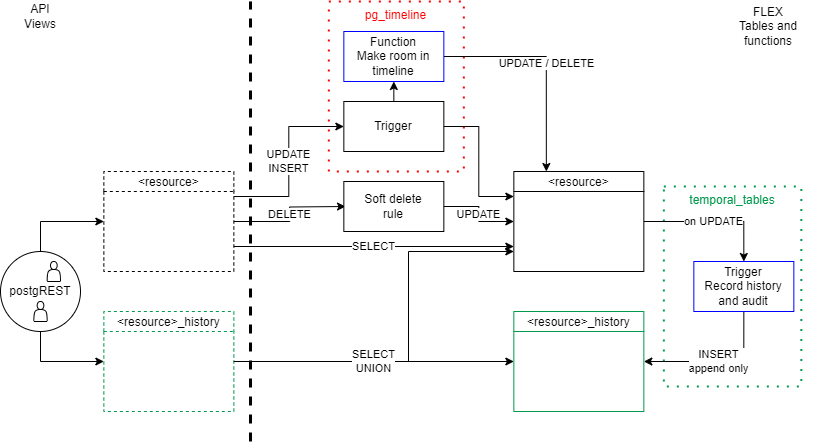
Earlier version of the draw.io export docs-dev/diagrams/bi-temporal-db.drawio.png (elhub/flex-information-system). Source tidied: cells renumbered, new cells last; positions are measured from the earlier drawing's top-left corner, leaving out a move shared by most shapes. The source it was exported from:
```xml
<mxGraphModel>
  <root>
    <mxCell id="0" />
    <mxCell id="1" parent="0" />
    <mxCell id="2" value="temporal_tables" style="html=1;dashed=1;whiteSpace=wrap;fillColor=none;dashPattern=1 4;strokeColor=#00994D;verticalAlign=top;strokeWidth=2;fontColor=#00994D;" parent="1" vertex="1">
      <mxGeometry x="663.3" y="185" width="137.5" height="200" as="geometry" />
    </mxCell>
    <mxCell id="3" value="pg_timeline" style="html=1;dashed=1;whiteSpace=wrap;fillColor=none;dashPattern=1 4;strokeColor=#ff0000;verticalAlign=top;strokeWidth=2;fontColor=#ff0000;" parent="1" vertex="1">
      <mxGeometry x="328.3" width="135" height="170" as="geometry" />
    </mxCell>
    <mxCell id="4" value="DELETE" style="edgeStyle=orthogonalEdgeStyle;rounded=0;jettySize=auto;html=1;exitX=1;exitY=0.5;exitDx=0;exitDy=0;" parent="1" edge="1" source="6">
      <mxGeometry relative="1" as="geometry">
        <mxPoint x="345" y="205" as="targetPoint" />
      </mxGeometry>
    </mxCell>
    <mxCell id="5" value="UPDATE&lt;div&gt;INSERT&lt;/div&gt;" style="edgeStyle=orthogonalEdgeStyle;rounded=0;jettySize=auto;html=1;exitX=1;exitY=0.25;exitDx=0;exitDy=0;entryX=0;entryY=0.5;entryDx=0;entryDy=0;" parent="1" edge="1" source="6" target="16">
      <mxGeometry relative="1" as="geometry" />
    </mxCell>
    <mxCell id="6" value="&lt;resource&gt;" style="swimlane;fontStyle=0;horizontal=1;startSize=20;fillColor=#ffffff;swimlaneFillColor=#ffffff;dashed=1;" parent="1" vertex="1">
      <mxGeometry x="103.3" y="170" width="130" height="100" as="geometry" />
    </mxCell>
    <mxCell id="7" value="&lt;resource&gt;_history" style="swimlane;fontStyle=0;horizontal=1;startSize=20;fillColor=#ffffff;swimlaneFillColor=#ffffff;dashed=1;strokeColor=#00994D;" parent="1" vertex="1">
      <mxGeometry x="103.3" y="310" width="130" height="100" as="geometry" />
    </mxCell>
    <mxCell id="8" style="edgeStyle=orthogonalEdgeStyle;rounded=0;jettySize=auto;html=1;entryX=1;entryY=0.5;entryDx=0;entryDy=0;exitX=1;exitY=0.5;exitDx=0;exitDy=0;" parent="1" edge="1" source="7">
      <mxGeometry relative="1" as="geometry">
        <mxPoint x="513.3" y="250" as="targetPoint" />
        <Array as="points">
          <mxPoint x="408" y="360" />
          <mxPoint x="408" y="250" />
        </Array>
      </mxGeometry>
    </mxCell>
    <mxCell id="9" value="SELECT" style="edgeStyle=orthogonalEdgeStyle;rounded=0;jettySize=auto;html=1;exitX=1;exitY=0.75;exitDx=0;exitDy=0;entryX=0;entryY=0.75;entryDx=0;entryDy=0;" parent="1" edge="1" source="6" target="11">
      <mxGeometry relative="1" as="geometry" />
    </mxCell>
    <mxCell id="10" value="on UPDATE" style="edgeStyle=orthogonalEdgeStyle;rounded=0;jettySize=auto;html=1;exitX=1;exitY=0.5;exitDx=0;exitDy=0;entryX=0.5;entryY=0;entryDx=0;entryDy=0;" parent="1" edge="1" source="11" target="18">
      <mxGeometry relative="1" as="geometry" />
    </mxCell>
    <mxCell id="11" value="&lt;resource&gt;" style="swimlane;fontStyle=0;horizontal=1;startSize=20;fillColor=#ffffff;swimlaneFillColor=#ffffff;" parent="1" vertex="1">
      <mxGeometry x="513.3" y="170" width="130" height="100" as="geometry" />
    </mxCell>
    <mxCell id="12" value="SELECT&lt;div&gt;UNION&lt;/div&gt;" style="edgeStyle=orthogonalEdgeStyle;rounded=0;jettySize=auto;html=1;exitX=1;exitY=0.5;exitDx=0;exitDy=0;entryX=0;entryY=0.5;entryDx=0;entryDy=0;" parent="1" edge="1" source="7" target="13">
      <mxGeometry relative="1" as="geometry" />
    </mxCell>
    <mxCell id="13" value="&lt;resource&gt;_history" style="swimlane;fontStyle=0;horizontal=1;startSize=20;fillColor=#ffffff;swimlaneFillColor=#ffffff;strokeColor=#00994D;" parent="1" vertex="1">
      <mxGeometry x="513.3" y="310" width="130" height="100" as="geometry" />
    </mxCell>
    <mxCell id="14" style="edgeStyle=orthogonalEdgeStyle;rounded=0;jettySize=auto;html=1;exitX=1;exitY=0.5;exitDx=0;exitDy=0;entryX=0;entryY=0.25;entryDx=0;entryDy=0;" parent="1" edge="1" source="16" target="11">
      <mxGeometry relative="1" as="geometry" />
    </mxCell>
    <mxCell id="15" style="edgeStyle=orthogonalEdgeStyle;rounded=0;jettySize=auto;html=1;exitX=0.5;exitY=0;exitDx=0;exitDy=0;entryX=0.5;entryY=1;entryDx=0;entryDy=0;" parent="1" edge="1" source="16" target="20">
      <mxGeometry relative="1" as="geometry" />
    </mxCell>
    <mxCell id="16" value="&lt;div&gt;Trigger&lt;/div&gt;" style="html=1;dashed=0;whiteSpace=wrap;" parent="1" vertex="1">
      <mxGeometry x="343.3" y="100" width="100" height="50" as="geometry" />
    </mxCell>
    <mxCell id="17" value="INSERT&lt;div&gt;append only&lt;/div&gt;" style="edgeStyle=orthogonalEdgeStyle;rounded=0;jettySize=auto;html=1;exitX=0.5;exitY=1;exitDx=0;exitDy=0;entryX=1;entryY=0.5;entryDx=0;entryDy=0;" parent="1" edge="1" source="18" target="13">
      <mxGeometry relative="1" as="geometry" />
    </mxCell>
    <mxCell id="18" value="&lt;div&gt;Trigger&lt;/div&gt;Record history and audit" style="html=1;dashed=0;whiteSpace=wrap;strokeColor=#0000FF;" parent="1" vertex="1">
      <mxGeometry x="693.3" y="260" width="100" height="50" as="geometry" />
    </mxCell>
    <mxCell id="19" value="UPDATE / DELETE" style="edgeStyle=orthogonalEdgeStyle;rounded=0;jettySize=auto;html=1;exitX=1;exitY=0.5;exitDx=0;exitDy=0;entryX=0.25;entryY=0;entryDx=0;entryDy=0;" parent="1" edge="1" source="20" target="11">
      <mxGeometry relative="1" as="geometry" />
    </mxCell>
    <mxCell id="20" value="Function&lt;div&gt;Make room in timeline&lt;/div&gt;" style="html=1;dashed=0;whiteSpace=wrap;strokeColor=#0000FF;" parent="1" vertex="1">
      <mxGeometry x="343.3" y="30" width="100" height="50" as="geometry" />
    </mxCell>
    <mxCell id="21" style="endArrow=none;dashed=1;html=1;rounded=0;strokeWidth=3;" parent="1" edge="1">
      <mxGeometry relative="1" as="geometry">
        <mxPoint x="250" y="440" as="sourcePoint" />
        <mxPoint x="250" as="targetPoint" />
      </mxGeometry>
    </mxCell>
    <mxCell id="22" value="API&lt;div&gt;Views&lt;/div&gt;" style="text;html=1;align=center;verticalAlign=middle;whiteSpace=wrap;rounded=0;" parent="1" vertex="1">
      <mxGeometry x="10" width="60" height="30" as="geometry" />
    </mxCell>
    <mxCell id="23" value="FLEX&lt;div&gt;Tables and functions&lt;/div&gt;" style="text;html=1;align=center;verticalAlign=middle;whiteSpace=wrap;rounded=0;" parent="1" vertex="1">
      <mxGeometry x="723" y="10" width="90" height="30" as="geometry" />
    </mxCell>
    <mxCell id="24" style="edgeStyle=orthogonalEdgeStyle;rounded=0;jettySize=auto;html=1;exitX=0.5;exitY=0;exitDx=0;exitDy=0;entryX=0;entryY=0.5;entryDx=0;entryDy=0;" parent="1" edge="1" source="26" target="6">
      <mxGeometry relative="1" as="geometry" />
    </mxCell>
    <mxCell id="25" style="edgeStyle=orthogonalEdgeStyle;rounded=0;jettySize=auto;html=1;exitX=0.5;exitY=1;exitDx=0;exitDy=0;entryX=0;entryY=0.5;entryDx=0;entryDy=0;" parent="1" edge="1" source="26" target="7">
      <mxGeometry relative="1" as="geometry" />
    </mxCell>
    <mxCell id="26" value="postgREST" style="ellipse;whiteSpace=wrap;html=1;" parent="1" vertex="1">
      <mxGeometry y="250" width="80" height="80" as="geometry" />
    </mxCell>
    <mxCell id="27" style="shape=actor;whiteSpace=wrap;html=1;" parent="1" vertex="1">
      <mxGeometry x="33.3" y="300" width="13.3" height="20" as="geometry" />
    </mxCell>
    <mxCell id="28" style="shape=actor;whiteSpace=wrap;html=1;" parent="1" vertex="1">
      <mxGeometry x="46.7" y="260" width="13.3" height="20" as="geometry" />
    </mxCell>
    <mxCell id="29" value="UPDATE" style="edgeStyle=orthogonalEdgeStyle;rounded=0;jettySize=auto;html=1;exitX=1;exitY=0.5;exitDx=0;exitDy=0;entryX=0;entryY=0.5;entryDx=0;entryDy=0;" parent="1" edge="1" source="30" target="11">
      <mxGeometry relative="1" as="geometry" />
    </mxCell>
    <mxCell id="30" value="&lt;div&gt;Soft delete&lt;/div&gt;&lt;div&gt;rule&lt;/div&gt;" style="html=1;dashed=0;whiteSpace=wrap;" parent="1" vertex="1">
      <mxGeometry x="343.3" y="180" width="100" height="50" as="geometry" />
    </mxCell>
  </root>
</mxGraphModel>
```
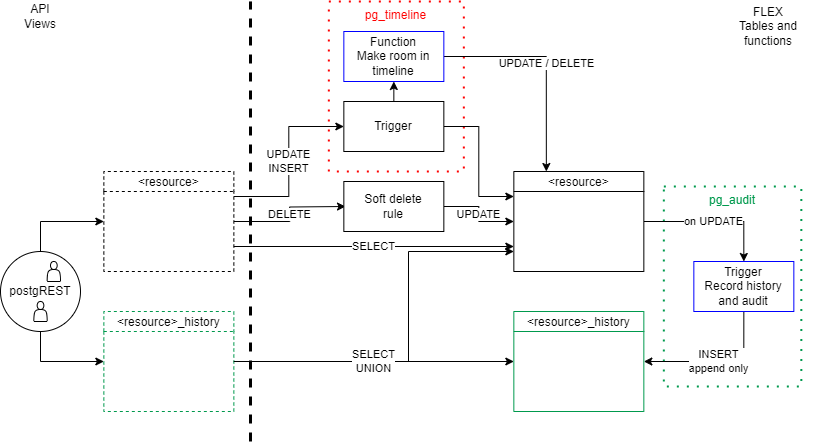
After the change.

Commit message:
docs: audit/history in db (FLEX-526)

What changed in the source:
```diff
@@ -2,7 +2,7 @@
   <root>
     <mxCell id="0" />
     <mxCell id="1" parent="0" />
-    <mxCell id="2" value="temporal_tables" style="html=1;dashed=1;whiteSpace=wrap;fillColor=none;dashPattern=1 4;strokeColor=#00994D;verticalAlign=top;strokeWidth=2;fontColor=#00994D;" parent="1" vertex="1">
+    <mxCell id="2" value="pg_audit" style="html=1;dashed=1;whiteSpace=wrap;fillColor=none;dashPattern=1 4;strokeColor=#00994D;verticalAlign=top;strokeWidth=2;fontColor=#00994D;" parent="1" vertex="1">
       <mxGeometry x="663.3" y="185" width="137.5" height="200" as="geometry" />
     </mxCell>
     <mxCell id="3" value="pg_timeline" style="html=1;dashed=1;whiteSpace=wrap;fillColor=none;dashPattern=1 4;strokeColor=#ff0000;verticalAlign=top;strokeWidth=2;fontColor=#ff0000;" parent="1" vertex="1">
```
